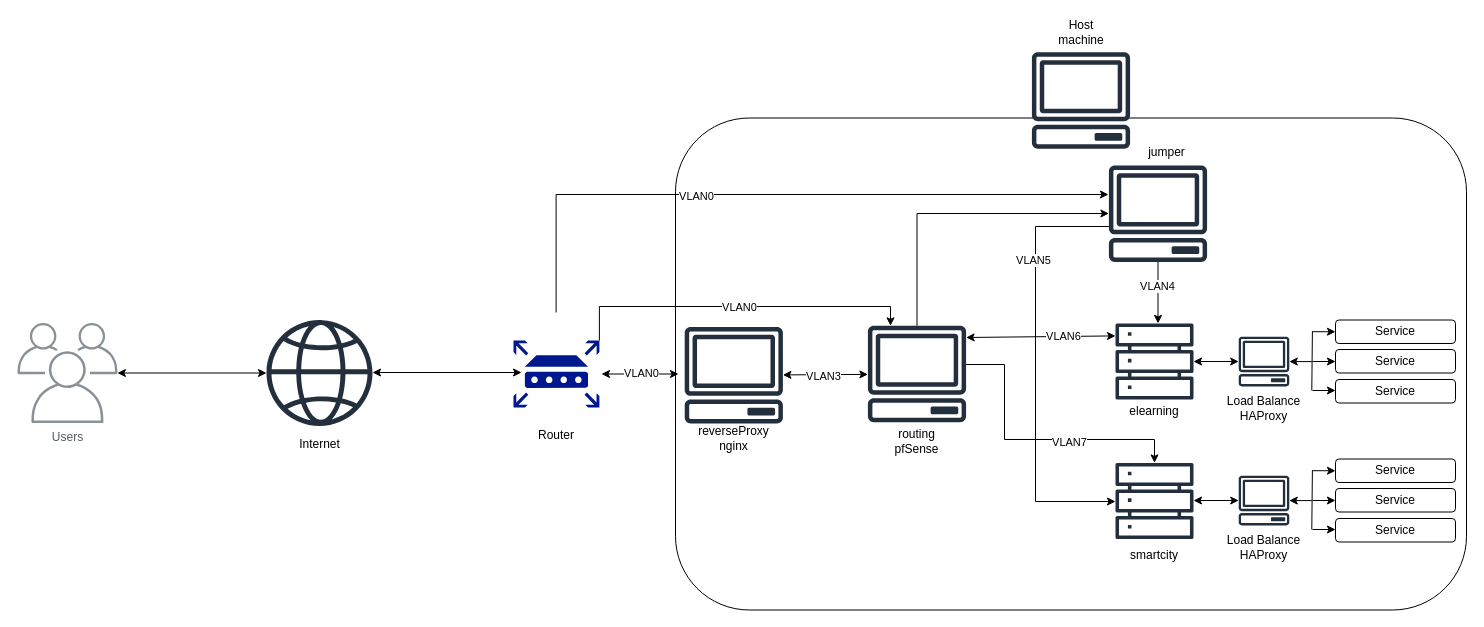
Before: sis.drawio in duy12i1i7/draw.io, a draw.io diagram. Source tidied: cells renumbered, new cells numbered last; positions are measured from the earlier drawing's top-left corner, leaving out a move shared by most shapes. Both pictures are drawn from the tidied source at 100%, with x=0, y=0 at pixel (17, 17).
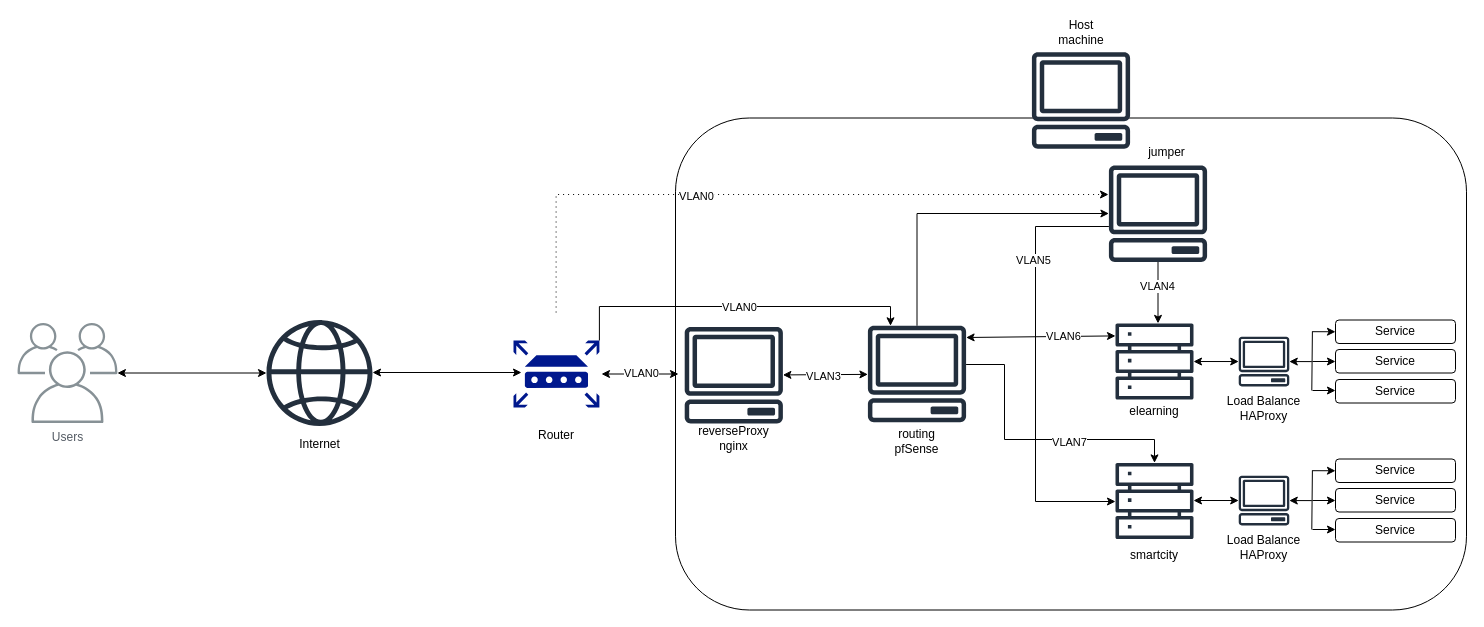
The same page after the edit.

Commit message:
Cập nhật sis.drawio

What changed in the source:
```diff
@@
-    <mxCell id="19" style="edgeStyle=orthogonalEdgeStyle;rounded=0;orthogonalLoop=1;jettySize=auto;html=1;" parent="1" edge="1">
+    <mxCell id="19" style="edgeStyle=orthogonalEdgeStyle;rounded=0;orthogonalLoop=1;jettySize=auto;html=1;dashed=1;dashPattern=1 4;" parent="1" edge="1">
       <mxGeometry relative="1" as="geometry">
         <mxPoint x="538.6" y="295" as="sourcePoint" />
         <mxPoint x="1091" y="177" as="targetPoint" />
         <Array as="points">
           <mxPoint x="538.6" y="177" />
         </Array>
       </mxGeometry>
     </mxCell>
```
